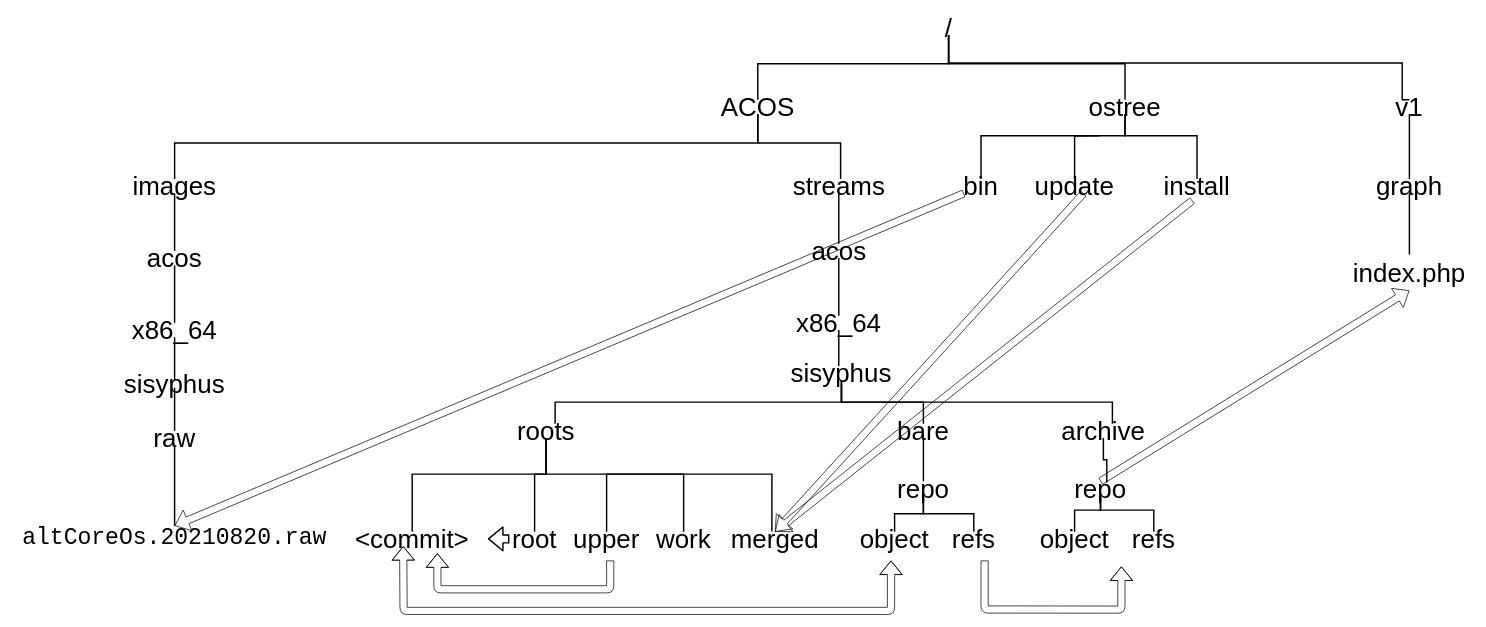
Before: docs/Images/tree.drawio in fl0pp5/getaltcos, a draw.io diagram. Source tidied: cells renumbered, new cells numbered last; positions are measured from the earlier drawing's top-left corner, leaving out a move shared by most shapes. Both pictures are drawn from the tidied source at 72%, with x=0, y=0 at pixel (12, 20).
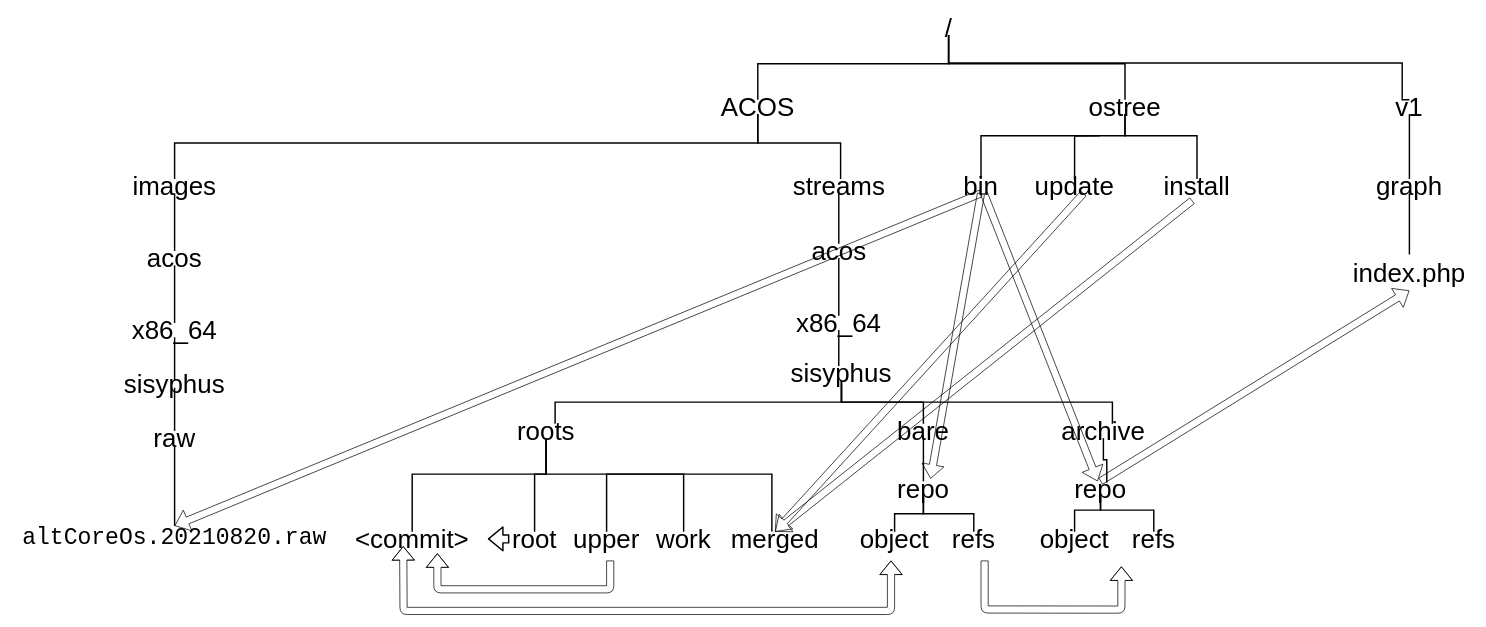
The same page after the edit.

Unchanged cells that the change refers to:
```xml
<mxCell id="23" value="&lt;font style=&quot;font-size: 36px&quot;&gt;repo&lt;/font&gt;" style="text;html=1;strokeColor=none;fillColor=none;align=center;verticalAlign=middle;whiteSpace=wrap;rounded=0;" parent="1" vertex="1">
  <mxGeometry x="1466" y="640" width="90" height="20" as="geometry" />
</mxCell>
<mxCell id="51" value="&lt;font style=&quot;font-size: 36px&quot;&gt;repo&lt;/font&gt;" style="text;html=1;strokeColor=none;fillColor=none;align=center;verticalAlign=middle;whiteSpace=wrap;rounded=0;" parent="1" vertex="1">
  <mxGeometry x="1220" y="640" width="90" height="20" as="geometry" />
</mxCell>
<mxCell id="59" value="&lt;span style=&quot;font-family: monospace&quot;&gt;&lt;span style=&quot;background-color: rgb(255 , 255 , 255)&quot;&gt;&lt;font style=&quot;font-size: 32px&quot;&gt;altCoreOs.20210820.raw&lt;/font&gt;&lt;/span&gt;&lt;br&gt;&lt;/span&gt;" style="text;html=1;strokeColor=none;fillColor=none;align=center;verticalAlign=middle;whiteSpace=wrap;rounded=0;" parent="1" vertex="1">
  <mxGeometry y="701.8" width="450" height="36.5" as="geometry" />
</mxCell>
<mxCell id="65" value="&lt;span style=&quot;font-size: 36px&quot;&gt;bin&lt;/span&gt;" style="text;html=1;strokeColor=none;fillColor=none;align=center;verticalAlign=middle;whiteSpace=wrap;rounded=0;" parent="1" vertex="1">
  <mxGeometry x="1320" y="220" width="50" height="20" as="geometry" />
</mxCell>
```

The edit, as a diff of the source:
```diff
@@
-    <mxCell id="73" style="shape=flexArrow;endArrow=classic;html=1;entryX=0.5;entryY=0;entryDx=0;entryDy=0;" parent="1" edge="1" source="65" target="59">
-      <mxGeometry relative="1" as="geometry" />
+    <mxCell id="73" style="shape=flexArrow;endArrow=classic;html=1;entryX=0.5;entryY=0;entryDx=0;entryDy=0;" parent="1" edge="1" target="59">
+      <mxGeometry relative="1" as="geometry">
+        <mxPoint x="1345" y="240" as="sourcePoint" />
+      </mxGeometry>
     </mxCell>
+    <mxCell id="74" style="shape=flexArrow;endArrow=classic;html=1;entryX=0.61;entryY=-0.179;entryDx=0;entryDy=0;entryPerimeter=0;exitX=0.5;exitY=1;exitDx=0;exitDy=0;" parent="1" edge="1" source="65" target="51">
+      <mxGeometry relative="1" as="geometry" />
+    </mxCell>
+    <mxCell id="75" style="shape=flexArrow;endArrow=classic;html=1;" parent="1" edge="1" source="65" target="23">
+      <mxGeometry relative="1" as="geometry" />
+    </mxCell>
```
